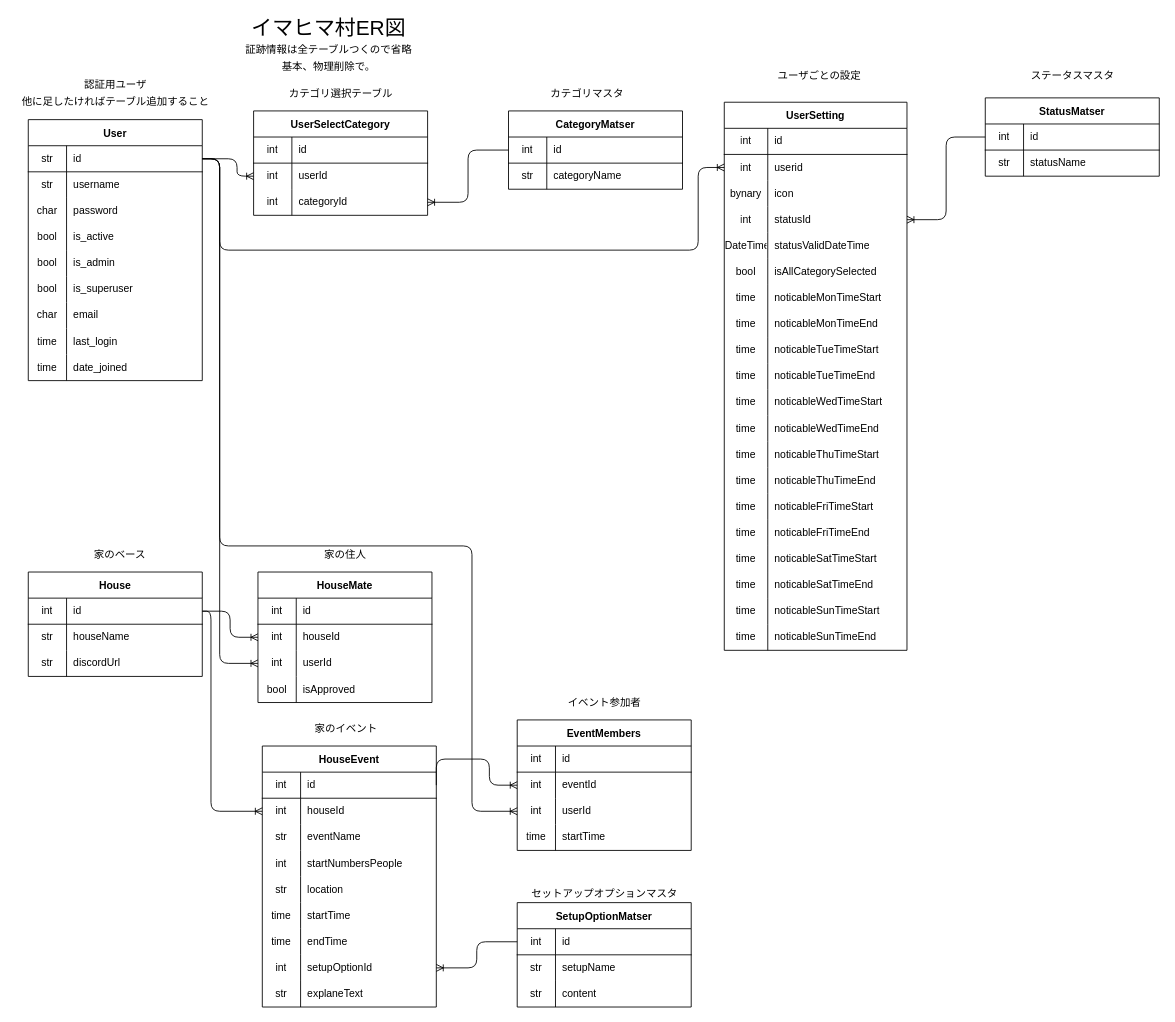
Before: server/imahima_mura/ER.drawio in jafady/imahima_mura, a draw.io diagram. Source tidied: cells renumbered, new cells numbered last; positions are measured from the earlier drawing's top-left corner, leaving out a move shared by most shapes. Both pictures are drawn from the tidied source at 87%, with x=0, y=0 at pixel (15, 15).
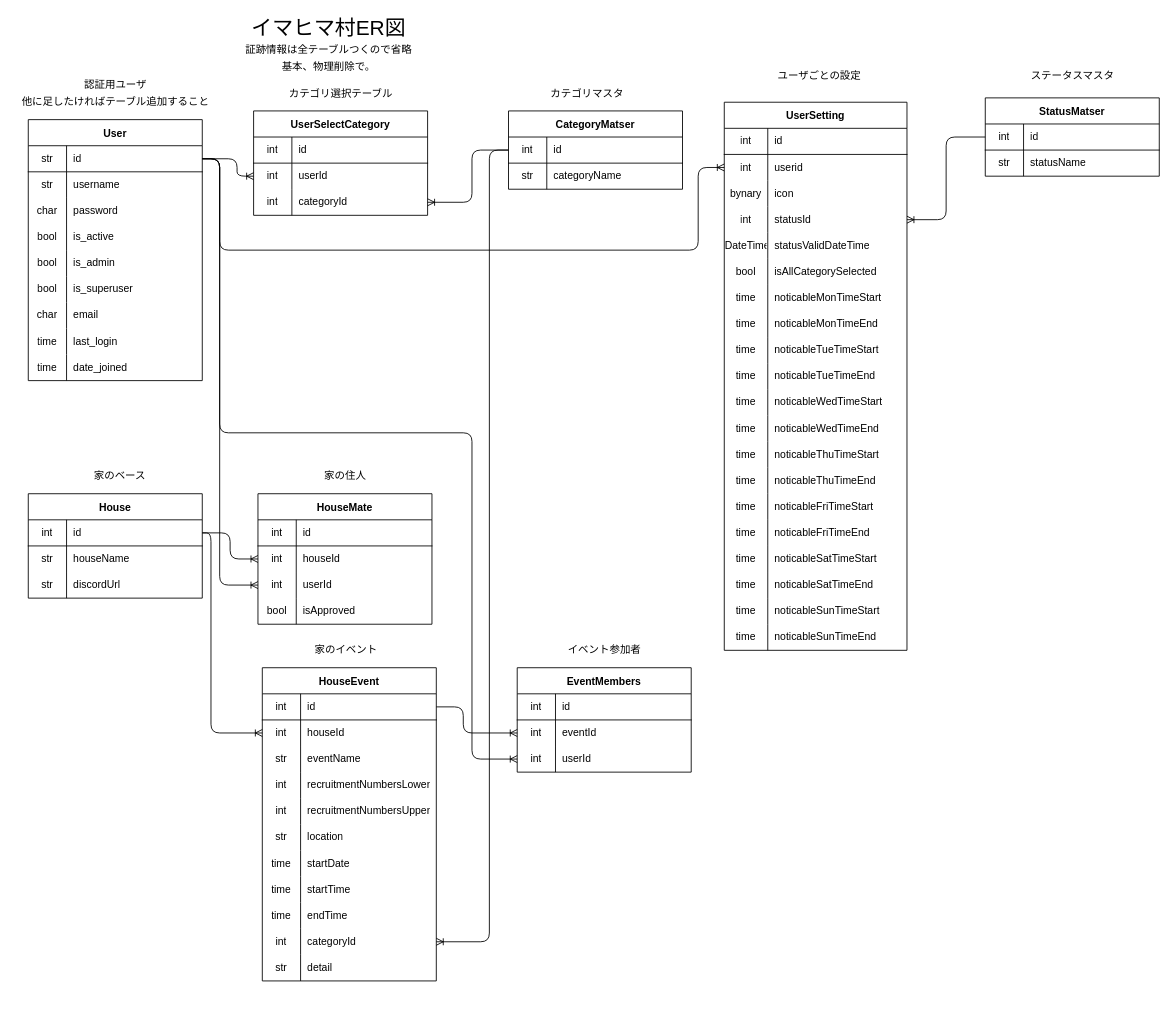
Above is the later version.

The change refers to these unchanged cells:
```xml
<mxCell id="3" style="shape=partialRectangle;html=1;whiteSpace=wrap;fillColor=none;top=0;left=0;bottom=1;right=0;points=[[0,0.5],[1,0.5]];portConstraint=eastwest;" parent="2" vertex="1">
  <mxGeometry y="30" width="200" height="30" as="geometry" />
</mxCell>
<mxCell id="104" style="shape=partialRectangle;html=1;whiteSpace=wrap;fillColor=none;top=0;left=0;bottom=0;right=0;points=[[0,0.5],[1,0.5]];portConstraint=eastwest;" parent="97" vertex="1">
  <mxGeometry y="90" width="200" height="30" as="geometry" />
</mxCell>
<mxCell id="115" style="shape=partialRectangle;html=1;whiteSpace=wrap;fillColor=none;top=0;left=0;bottom=1;right=0;points=[[0,0.5],[1,0.5]];portConstraint=eastwest;" parent="114" vertex="1">
  <mxGeometry y="30" width="200" height="30" as="geometry" />
</mxCell>
<mxCell id="127" style="shape=partialRectangle;html=1;whiteSpace=wrap;fillColor=none;top=0;left=0;bottom=1;right=0;points=[[0,0.5],[1,0.5]];portConstraint=eastwest;" parent="126" vertex="1">
  <mxGeometry y="30" width="200" height="30" as="geometry" />
</mxCell>
<mxCell id="144" style="shape=partialRectangle;html=1;whiteSpace=wrap;fillColor=none;top=0;left=0;bottom=0;right=0;points=[[0,0.5],[1,0.5]];portConstraint=eastwest;" parent="137" vertex="1">
  <mxGeometry y="90" width="200" height="30" as="geometry" />
</mxCell>
<mxCell id="156" style="shape=partialRectangle;html=1;whiteSpace=wrap;fillColor=none;top=0;left=0;bottom=1;right=0;points=[[0,0.5],[1,0.5]];portConstraint=eastwest;" parent="155" vertex="1">
  <mxGeometry y="30" width="200" height="30" as="geometry" />
</mxCell>
<mxCell id="159" style="shape=partialRectangle;html=1;whiteSpace=wrap;fillColor=none;top=0;left=0;bottom=0;right=0;points=[[0,0.5],[1,0.5]];portConstraint=eastwest;" parent="155" vertex="1">
  <mxGeometry y="60" width="200" height="30" as="geometry" />
</mxCell>
<mxCell id="165" style="shape=partialRectangle;html=1;whiteSpace=wrap;fillColor=none;top=0;left=0;bottom=0;right=0;" parent="155" vertex="1">
  <mxGeometry y="120" width="200" height="30" as="geometry" />
</mxCell>
<mxCell id="200" style="shape=partialRectangle;html=1;whiteSpace=wrap;fillColor=none;top=0;left=0;bottom=0;right=0;points=[[0,0.5],[1,0.5]];portConstraint=eastwest;" parent="196" vertex="1">
  <mxGeometry y="60" width="200" height="30" as="geometry" />
</mxCell>
<mxCell id="203" style="shape=partialRectangle;html=1;whiteSpace=wrap;fillColor=none;top=0;left=0;bottom=0;right=0;points=[[0,0.5],[1,0.5]];portConstraint=eastwest;" parent="196" vertex="1">
  <mxGeometry y="90" width="200" height="30" as="geometry" />
</mxCell>
```

The edit, as a diff of the source:
```diff
@@
     <mxCell id="123" style="edgeStyle=orthogonalEdgeStyle;html=1;exitX=0;exitY=0.5;exitDx=0;exitDy=0;entryX=1;entryY=0.5;entryDx=0;entryDy=0;endArrow=ERoneToMany;endFill=0;" parent="1" edge="1" source="115" target="104">
-      <mxGeometry relative="1" as="geometry" />
+      <mxGeometry relative="1" as="geometry">
+        <Array as="points">
+          <mxPoint x="525" y="155" />
+          <mxPoint x="525" y="215" />
+        </Array>
+      </mxGeometry>
     </mxCell>
@@
     <mxCell id="125" value="家のベース" style="text;html=1;align=center;verticalAlign=middle;strokeColor=none;" parent="1" vertex="1">
-      <mxGeometry x="80" y="610" width="80" height="20" as="geometry" />
+      <mxGeometry x="80" y="520" width="80" height="20" as="geometry" />
     </mxCell>
     <mxCell id="126" value="House" style="shape=table;startSize=30;childLayout=tableLayout;rowLines=0;fontStyle=1;align=center;" parent="1" vertex="1">
-      <mxGeometry x="15" y="640" width="200" height="120" as="geometry" />
+      <mxGeometry x="15" y="550" width="200" height="120" as="geometry" />
     </mxCell>
@@
     <mxCell id="136" value="家の住人" style="text;html=1;align=center;verticalAlign=middle;strokeColor=none;" parent="1" vertex="1">
-      <mxGeometry x="349" y="610" width="60" height="20" as="geometry" />
+      <mxGeometry x="349" y="520" width="60" height="20" as="geometry" />
     </mxCell>
     <mxCell id="137" value="HouseMate" style="shape=table;startSize=30;childLayout=tableLayout;rowLines=0;fontStyle=1;align=center;" parent="1" vertex="1">
-      <mxGeometry x="279" y="640" width="200" height="150" as="geometry" />
+      <mxGeometry x="279" y="550" width="200" height="150" as="geometry" />
     </mxCell>
@@
     <mxCell id="151" style="edgeStyle=orthogonalEdgeStyle;html=1;exitX=1;exitY=0.5;exitDx=0;exitDy=0;entryX=0;entryY=0.5;entryDx=0;entryDy=0;endArrow=ERoneToMany;endFill=0;" parent="1" edge="1" source="3" target="144">
       <mxGeometry relative="1" as="geometry">
         <Array as="points">
           <mxPoint x="235" y="165" />
-          <mxPoint x="235" y="745" />
+          <mxPoint x="235" y="655" />
         </Array>
       </mxGeometry>
     </mxCell>
     <mxCell id="152" value="家のイベント" style="text;html=1;align=center;verticalAlign=middle;strokeColor=none;" parent="1" vertex="1">
-      <mxGeometry x="335" y="810" width="90" height="20" as="geometry" />
+      <mxGeometry x="335" y="720" width="90" height="20" as="geometry" />
     </mxCell>
@@
     <mxCell id="155" value="HouseEvent" style="shape=table;startSize=30;childLayout=tableLayout;rowLines=0;fontStyle=1;align=center;" parent="1" vertex="1">
-      <mxGeometry x="284" y="840" width="200" height="300" as="geometry" />
+      <mxGeometry x="284" y="750" width="200" height="360" as="geometry" />
     </mxCell>
@@
-    <mxCell id="167" value="startNumbersPeople" style="shape=partialRectangle;html=1;whiteSpace=wrap;fillColor=none;top=0;left=0;bottom=0;right=0;align=left;spacingLeft=6;overflow=hidden;" parent="165" vertex="1">
+    <mxCell id="167" value="recruitmentNumbersLower" style="shape=partialRectangle;html=1;whiteSpace=wrap;fillColor=none;top=0;left=0;bottom=0;right=0;align=left;spacingLeft=6;overflow=hidden;" parent="165" vertex="1">
       <mxGeometry x="44" width="156" height="30" as="geometry" />
     </mxCell>
+    <mxCell id="213" style="shape=partialRectangle;html=1;whiteSpace=wrap;fillColor=none;top=0;left=0;bottom=0;right=0;" parent="155" vertex="1">
+      <mxGeometry y="150" width="200" height="30" as="geometry" />
+    </mxCell>
+    <mxCell id="187" value="int" style="shape=partialRectangle;html=1;whiteSpace=wrap;fillColor=none;top=0;left=0;bottom=0;right=0;overflow=hidden;" parent="213" vertex="1">
+      <mxGeometry width="44" height="30" as="geometry" />
+    </mxCell>
+    <mxCell id="214" value="recruitmentNumbersUpper" style="shape=partialRectangle;html=1;whiteSpace=wrap;fillColor=none;top=0;left=0;bottom=0;right=0;align=left;spacingLeft=6;overflow=hidden;" parent="213" vertex="1">
+      <mxGeometry x="44" width="156" height="30" as="geometry" />
+    </mxCell>
     <mxCell id="168" style="shape=partialRectangle;html=1;whiteSpace=wrap;fillColor=none;top=0;left=0;bottom=0;right=0;" parent="155" vertex="1">
-      <mxGeometry y="150" width="200" height="30" as="geometry" />
+      <mxGeometry y="180" width="200" height="30" as="geometry" />
     </mxCell>
@@
     <mxCell id="171" style="shape=partialRectangle;html=1;whiteSpace=wrap;fillColor=none;top=0;left=0;bottom=0;right=0;" parent="155" vertex="1">
-      <mxGeometry y="180" width="200" height="30" as="geometry" />
+      <mxGeometry y="210" width="200" height="30" as="geometry" />
     </mxCell>
@@
-    <mxCell id="173" value="startTime" style="shape=partialRectangle;html=1;whiteSpace=wrap;fillColor=none;top=0;left=0;bottom=0;right=0;align=left;spacingLeft=6;overflow=hidden;" parent="171" vertex="1">
+    <mxCell id="173" value="startDate" style="shape=partialRectangle;html=1;whiteSpace=wrap;fillColor=none;top=0;left=0;bottom=0;right=0;align=left;spacingLeft=6;overflow=hidden;" parent="171" vertex="1">
       <mxGeometry x="44" width="156" height="30" as="geometry" />
     </mxCell>
+    <mxCell id="215" style="shape=partialRectangle;html=1;whiteSpace=wrap;fillColor=none;top=0;left=0;bottom=0;right=0;" parent="155" vertex="1">
+      <mxGeometry y="240" width="200" height="30" as="geometry" />
+    </mxCell>
+    <mxCell id="207" value="time" style="shape=partialRectangle;html=1;whiteSpace=wrap;fillColor=none;top=0;left=0;bottom=0;right=0;overflow=hidden;" parent="215" vertex="1">
+      <mxGeometry width="44" height="30" as="geometry" />
+    </mxCell>
+    <mxCell id="208" value="startTime" style="shape=partialRectangle;html=1;whiteSpace=wrap;fillColor=none;top=0;left=0;bottom=0;right=0;align=left;spacingLeft=6;overflow=hidden;" parent="215" vertex="1">
+      <mxGeometry x="44" width="156" height="30" as="geometry" />
+    </mxCell>
     <mxCell id="174" style="shape=partialRectangle;html=1;whiteSpace=wrap;fillColor=none;top=0;left=0;bottom=0;right=0;" parent="155" vertex="1">
-      <mxGeometry y="210" width="200" height="30" as="geometry" />
+      <mxGeometry y="270" width="200" height="30" as="geometry" />
     </mxCell>
@@
     <mxCell id="177" style="shape=partialRectangle;html=1;whiteSpace=wrap;fillColor=none;top=0;left=0;bottom=0;right=0;points=[[0,0.5],[1,0.5]];portConstraint=eastwest;" parent="155" vertex="1">
-      <mxGeometry y="240" width="200" height="30" as="geometry" />
+      <mxGeometry y="300" width="200" height="30" as="geometry" />
     </mxCell>
@@
-    <mxCell id="179" value="setupOptionId" style="shape=partialRectangle;html=1;whiteSpace=wrap;fillColor=none;top=0;left=0;bottom=0;right=0;align=left;spacingLeft=6;overflow=hidden;" parent="177" vertex="1">
+    <mxCell id="179" value="categoryId" style="shape=partialRectangle;html=1;whiteSpace=wrap;fillColor=none;top=0;left=0;bottom=0;right=0;align=left;spacingLeft=6;overflow=hidden;" parent="177" vertex="1">
       <mxGeometry x="44" width="156" height="30" as="geometry" />
     </mxCell>
     <mxCell id="180" style="shape=partialRectangle;html=1;whiteSpace=wrap;fillColor=none;top=0;left=0;bottom=0;right=0;" parent="155" vertex="1">
-      <mxGeometry y="270" width="200" height="30" as="geometry" />
+      <mxGeometry y="330" width="200" height="30" as="geometry" />
     </mxCell>
@@
-    <mxCell id="182" value="explaneText" style="shape=partialRectangle;html=1;whiteSpace=wrap;fillColor=none;top=0;left=0;bottom=0;right=0;align=left;spacingLeft=6;overflow=hidden;" parent="180" vertex="1">
+    <mxCell id="182" value="detail" style="shape=partialRectangle;html=1;whiteSpace=wrap;fillColor=none;top=0;left=0;bottom=0;right=0;align=left;spacingLeft=6;overflow=hidden;" parent="180" vertex="1">
       <mxGeometry x="44" width="156" height="30" as="geometry" />
     </mxCell>
     <mxCell id="183" style="edgeStyle=orthogonalEdgeStyle;html=1;exitX=1;exitY=0.5;exitDx=0;exitDy=0;entryX=0;entryY=0.5;entryDx=0;entryDy=0;fontSize=24;endArrow=ERoneToMany;endFill=0;" parent="1" edge="1" source="127" target="159">
       <mxGeometry relative="1" as="geometry">
         <Array as="points">
-          <mxPoint x="225" y="685" />
-          <mxPoint x="225" y="915" />
+          <mxPoint x="225" y="595" />
+          <mxPoint x="225" y="825" />
         </Array>
       </mxGeometry>
     </mxCell>
-    <mxCell id="184" value="セットアップオプションマスタ" style="text;html=1;align=center;verticalAlign=middle;strokeColor=none;" parent="1" vertex="1">
-      <mxGeometry x="587" y="1000" width="180" height="20" as="geometry" />
-    </mxCell>
-    <mxCell id="185" value="SetupOptionMatser" style="shape=table;startSize=30;childLayout=tableLayout;rowLines=0;fontStyle=1;align=center;" parent="1" vertex="1">
-      <mxGeometry x="577" y="1020" width="200" height="120" as="geometry" />
-    </mxCell>
-    <mxCell id="186" style="shape=partialRectangle;html=1;whiteSpace=wrap;fillColor=none;top=0;left=0;bottom=1;right=0;points=[[0,0.5],[1,0.5]];portConstraint=eastwest;" parent="185" vertex="1">
-      <mxGeometry y="30" width="200" height="30" as="geometry" />
-    </mxCell>
-    <mxCell id="187" value="int" style="shape=partialRectangle;html=1;whiteSpace=wrap;fillColor=none;top=0;left=0;bottom=0;right=0;overflow=hidden;" parent="186" vertex="1">
-      <mxGeometry width="44" height="30" as="geometry" />
-    </mxCell>
-    <mxCell id="188" value="&lt;div style=&quot;text-align: center&quot;&gt;&lt;span&gt;id&lt;/span&gt;&lt;/div&gt;" style="shape=partialRectangle;html=1;whiteSpace=wrap;fillColor=none;top=0;left=0;bottom=0;right=0;align=left;spacingLeft=6;overflow=hidden;" parent="186" vertex="1">
-      <mxGeometry x="44" width="156" height="30" as="geometry" />
-    </mxCell>
-    <mxCell id="189" style="shape=partialRectangle;html=1;whiteSpace=wrap;fillColor=none;top=0;left=0;bottom=0;right=0;" parent="185" vertex="1">
-      <mxGeometry y="60" width="200" height="30" as="geometry" />
-    </mxCell>
-    <mxCell id="190" value="str" style="shape=partialRectangle;html=1;whiteSpace=wrap;fillColor=none;top=0;left=0;bottom=0;right=0;overflow=hidden;" parent="189" vertex="1">
-      <mxGeometry width="44" height="30" as="geometry" />
-    </mxCell>
-    <mxCell id="191" value="setupName" style="shape=partialRectangle;html=1;whiteSpace=wrap;fillColor=none;top=0;left=0;bottom=0;right=0;align=left;spacingLeft=6;overflow=hidden;" parent="189" vertex="1">
-      <mxGeometry x="44" width="156" height="30" as="geometry" />
-    </mxCell>
-    <mxCell id="192" style="shape=partialRectangle;html=1;whiteSpace=wrap;fillColor=none;top=0;left=0;bottom=0;right=0;" parent="185" vertex="1">
-      <mxGeometry y="90" width="200" height="30" as="geometry" />
-    </mxCell>
-    <mxCell id="193" value="str" style="shape=partialRectangle;html=1;whiteSpace=wrap;fillColor=none;top=0;left=0;bottom=0;right=0;overflow=hidden;" parent="192" vertex="1">
-      <mxGeometry width="44" height="30" as="geometry" />
-    </mxCell>
-    <mxCell id="194" value="content" style="shape=partialRectangle;html=1;whiteSpace=wrap;fillColor=none;top=0;left=0;bottom=0;right=0;align=left;spacingLeft=6;overflow=hidden;" parent="192" vertex="1">
-      <mxGeometry x="44" width="156" height="30" as="geometry" />
-    </mxCell>
-    <mxCell id="195" style="edgeStyle=orthogonalEdgeStyle;html=1;exitX=0;exitY=0.5;exitDx=0;exitDy=0;entryX=1;entryY=0.5;entryDx=0;entryDy=0;fontSize=24;endArrow=ERoneToMany;endFill=0;" parent="1" edge="1" source="186" target="177">
-      <mxGeometry relative="1" as="geometry" />
+    <mxCell id="195" style="edgeStyle=orthogonalEdgeStyle;html=1;exitX=0;exitY=0.5;exitDx=0;exitDy=0;entryX=1;entryY=0.5;entryDx=0;entryDy=0;fontSize=24;endArrow=ERoneToMany;endFill=0;" parent="1" edge="1" source="115" target="177">
+      <mxGeometry relative="1" as="geometry">
+        <Array as="points">
+          <mxPoint x="545" y="155" />
+          <mxPoint x="545" y="1065" />
+        </Array>
+      </mxGeometry>
     </mxCell>
     <mxCell id="196" value="EventMembers" style="shape=table;startSize=30;childLayout=tableLayout;rowLines=0;fontStyle=1;align=center;" parent="1" vertex="1">
-      <mxGeometry x="577" y="810" width="200" height="150" as="geometry" />
+      <mxGeometry x="577" y="750" width="200" height="120" as="geometry" />
     </mxCell>
@@
-    <mxCell id="206" style="shape=partialRectangle;html=1;whiteSpace=wrap;fillColor=none;top=0;left=0;bottom=0;right=0;" parent="196" vertex="1">
-      <mxGeometry y="120" width="200" height="30" as="geometry" />
-    </mxCell>
-    <mxCell id="207" value="time" style="shape=partialRectangle;html=1;whiteSpace=wrap;fillColor=none;top=0;left=0;bottom=0;right=0;overflow=hidden;" parent="206" vertex="1">
-      <mxGeometry width="44" height="30" as="geometry" />
-    </mxCell>
-    <mxCell id="208" value="startTime" style="shape=partialRectangle;html=1;whiteSpace=wrap;fillColor=none;top=0;left=0;bottom=0;right=0;align=left;spacingLeft=6;overflow=hidden;" parent="206" vertex="1">
-      <mxGeometry x="44" width="156" height="30" as="geometry" />
-    </mxCell>
     <mxCell id="209" value="イベント参加者" style="text;html=1;align=center;verticalAlign=middle;strokeColor=none;" parent="1" vertex="1">
-      <mxGeometry x="627" y="780" width="100" height="20" as="geometry" />
+      <mxGeometry x="627" y="720" width="100" height="20" as="geometry" />
     </mxCell>
-    <mxCell id="210" style="edgeStyle=orthogonalEdgeStyle;html=1;exitX=1;exitY=0.5;exitDx=0;exitDy=0;fontSize=24;endArrow=ERoneToMany;endFill=0;" parent="1" edge="1" source="156" target="200">
-      <mxGeometry relative="1" as="geometry">
-        <Array as="points">
-          <mxPoint x="545" y="855" />
-          <mxPoint x="545" y="885" />
-        </Array>
-      </mxGeometry>
-    </mxCell>
     <mxCell id="211" style="edgeStyle=orthogonalEdgeStyle;html=1;exitX=1;exitY=0.5;exitDx=0;exitDy=0;entryX=0;entryY=0.5;entryDx=0;entryDy=0;fontSize=24;endArrow=ERoneToMany;endFill=0;" parent="1" edge="1" source="3" target="203">
       <mxGeometry relative="1" as="geometry">
         <Array as="points">
           <mxPoint x="235" y="165" />
-          <mxPoint x="235" y="610" />
-          <mxPoint x="525" y="610" />
-          <mxPoint x="525" y="915" />
+          <mxPoint x="235" y="480" />
+          <mxPoint x="525" y="480" />
+          <mxPoint x="525" y="855" />
         </Array>
       </mxGeometry>
     </mxCell>
@@
+    <mxCell id="210" style="edgeStyle=orthogonalEdgeStyle;html=1;exitX=1;exitY=0.5;exitDx=0;exitDy=0;entryX=0;entryY=0.5;entryDx=0;entryDy=0;endArrow=ERoneToMany;endFill=0;" parent="1" edge="1" source="156" target="200">
+      <mxGeometry relative="1" as="geometry">
+        <Array as="points">
+          <mxPoint x="515" y="795" />
+          <mxPoint x="515" y="825" />
+        </Array>
+      </mxGeometry>
+    </mxCell>
```
